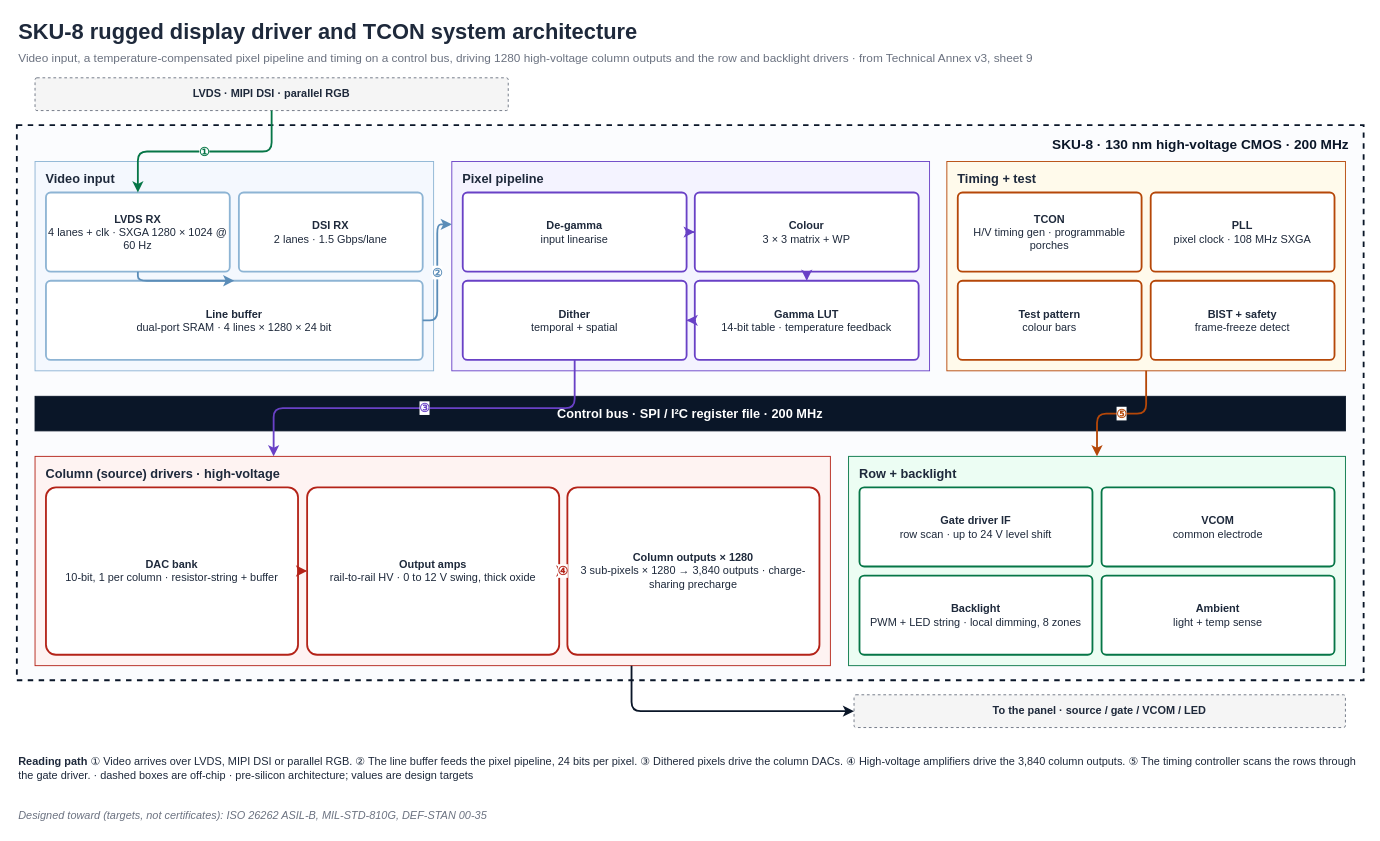
This is public/downloads/sku-8-architecture.drawio from shekerkamma/deepgrid-dr-silicon-v10, a draw.io file, before an edit. Source tidied: cells renumbered, new cells numbered last; positions are measured from the earlier drawing's top-left corner, leaving out a move shared by most shapes. Both pictures are drawn from the tidied source at 91%, with x=0, y=0 at pixel (16, 15).
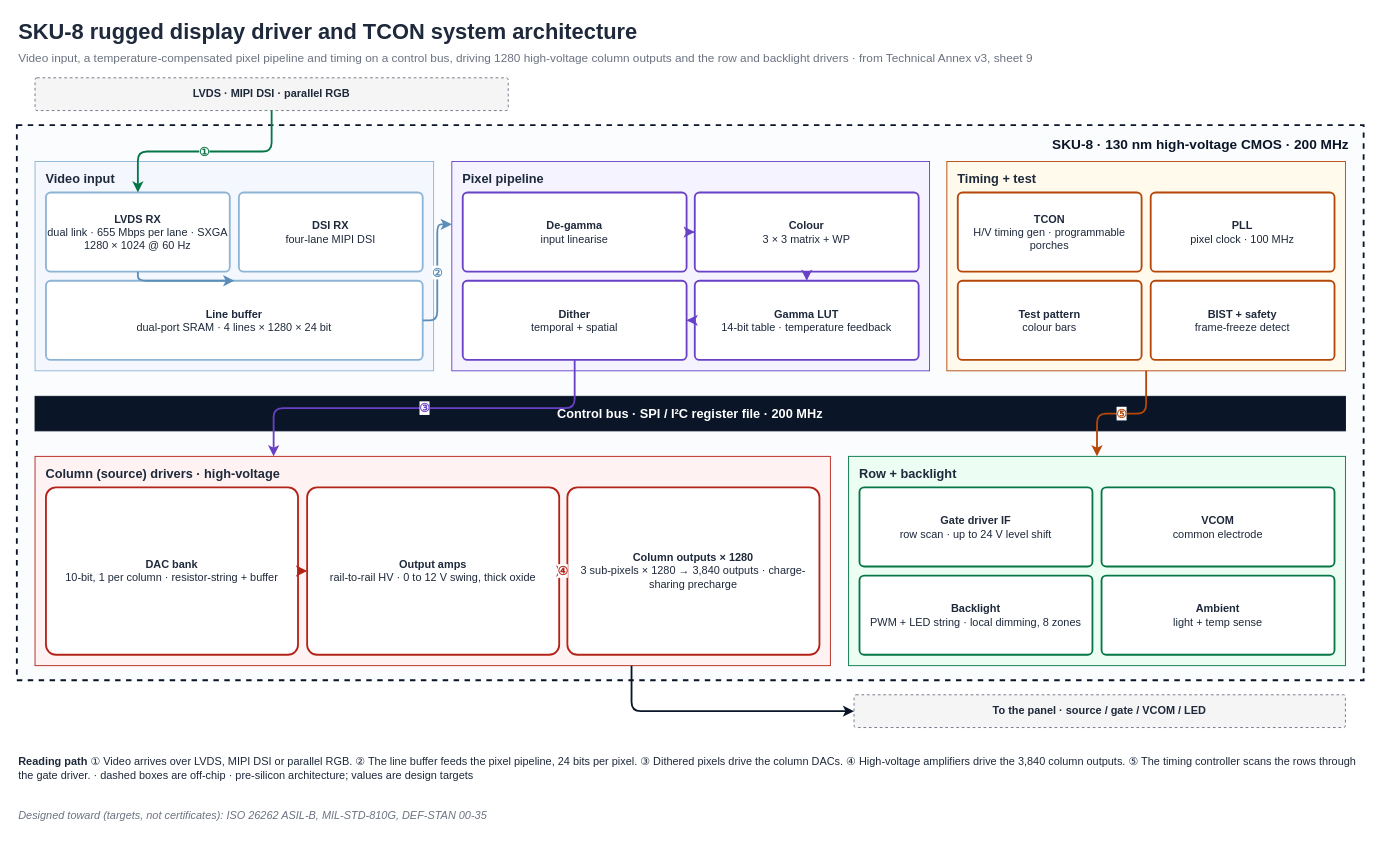
The same page after the edit.

Commit message (it also covers changes not shown here):
fix(v6): SKU-8 diagram follows the product page's inputs and PLL

Change to the diagram source:
```diff
@@
-    <mxCell id="7" value="&lt;b&gt;LVDS RX&lt;/b&gt;&lt;br&gt;4 lanes + clk · SXGA 1280 × 1024 @ 60 Hz" style="rounded=1;whiteSpace=wrap;html=1;fillColor=#FFFFFF;strokeColor=#8DB4D4;strokeWidth=2;fontSize=12;fontColor=#1E293B;arcSize=6;" parent="1" vertex="1">
+    <mxCell id="7" value="&lt;b&gt;LVDS RX&lt;/b&gt;&lt;br&gt;dual link · 655 Mbps per lane · SXGA 1280 × 1024 @ 60 Hz" style="rounded=1;whiteSpace=wrap;html=1;fillColor=#FFFFFF;strokeColor=#8DB4D4;strokeWidth=2;fontSize=12;fontColor=#1E293B;arcSize=6;" parent="1" vertex="1">
       <mxGeometry x="32" y="194" width="202" height="87" as="geometry" />
     </mxCell>
-    <mxCell id="8" value="&lt;b&gt;DSI RX&lt;/b&gt;&lt;br&gt;2 lanes · 1.5 Gbps/lane" style="rounded=1;whiteSpace=wrap;html=1;fillColor=#FFFFFF;strokeColor=#8DB4D4;strokeWidth=2;fontSize=12;fontColor=#1E293B;arcSize=6;" parent="1" vertex="1">
+    <mxCell id="8" value="&lt;b&gt;DSI RX&lt;/b&gt;&lt;br&gt;four-lane MIPI DSI" style="rounded=1;whiteSpace=wrap;html=1;fillColor=#FFFFFF;strokeColor=#8DB4D4;strokeWidth=2;fontSize=12;fontColor=#1E293B;arcSize=6;" parent="1" vertex="1">
       <mxGeometry x="244" y="194" width="202" height="87" as="geometry" />
     </mxCell>
@@
-    <mxCell id="17" value="&lt;b&gt;PLL&lt;/b&gt;&lt;br&gt;pixel clock · 108 MHz SXGA" style="rounded=1;whiteSpace=wrap;html=1;fillColor=#FFFFFF;strokeColor=#B54708;strokeWidth=2;fontSize=12;fontColor=#1E293B;arcSize=6;" parent="1" vertex="1">
+    <mxCell id="17" value="&lt;b&gt;PLL&lt;/b&gt;&lt;br&gt;pixel clock · 100 MHz" style="rounded=1;whiteSpace=wrap;html=1;fillColor=#FFFFFF;strokeColor=#B54708;strokeWidth=2;fontSize=12;fontColor=#1E293B;arcSize=6;" parent="1" vertex="1">
       <mxGeometry x="1246" y="194" width="202" height="87" as="geometry" />
     </mxCell>
```
